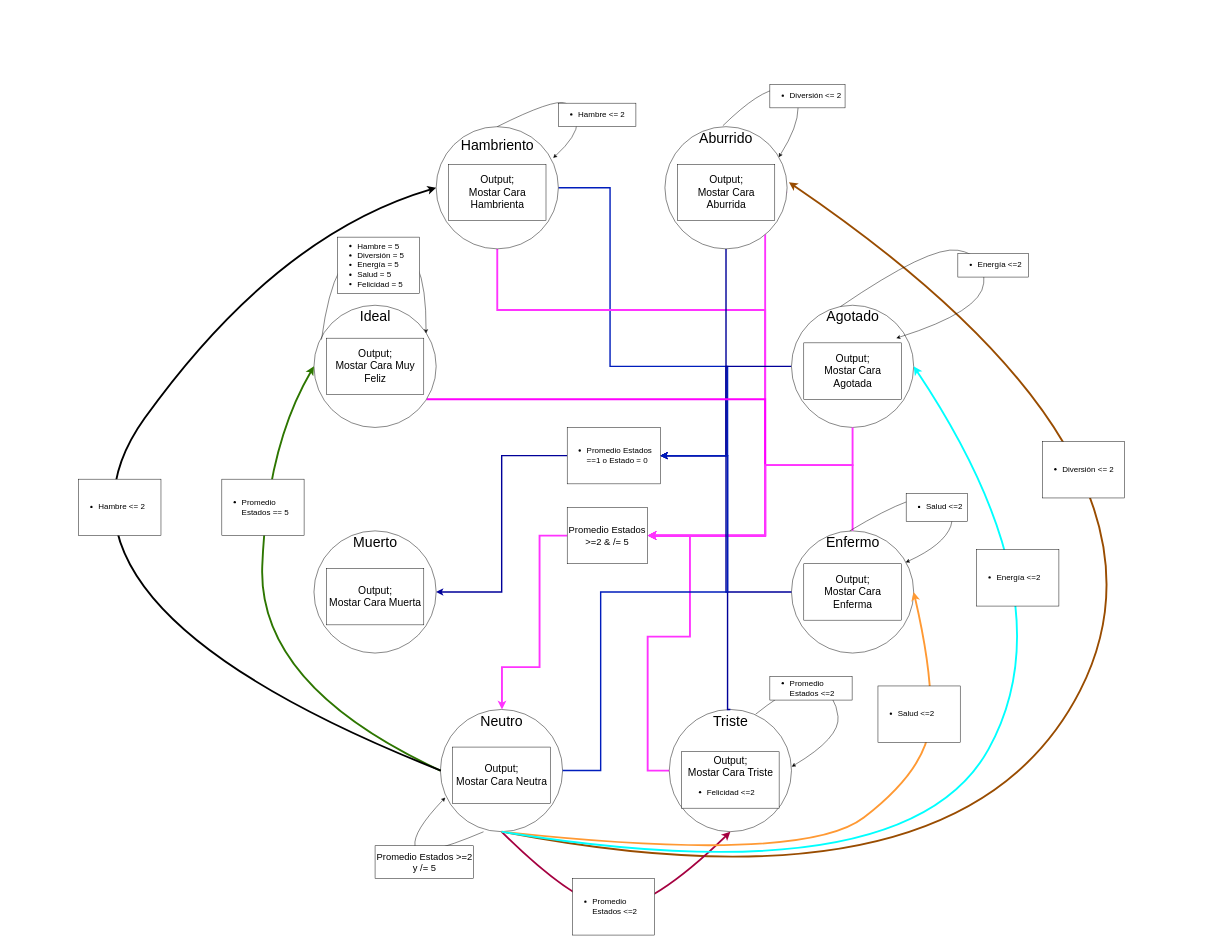
This is page "Diagrama de Estados" (5 of 7) of figs/Diagramas.drawio from unal-edigital1-lab/entrega-1-proyecto-grupo01-2024-1, a draw.io file, before an edit. Source tidied: cells renumbered, new cells numbered last; positions are measured from the earlier drawing's top-left corner, leaving out a move shared by most shapes. Both pictures are drawn from the tidied source at 47%, with x=0, y=0 at pixel (13, 84).
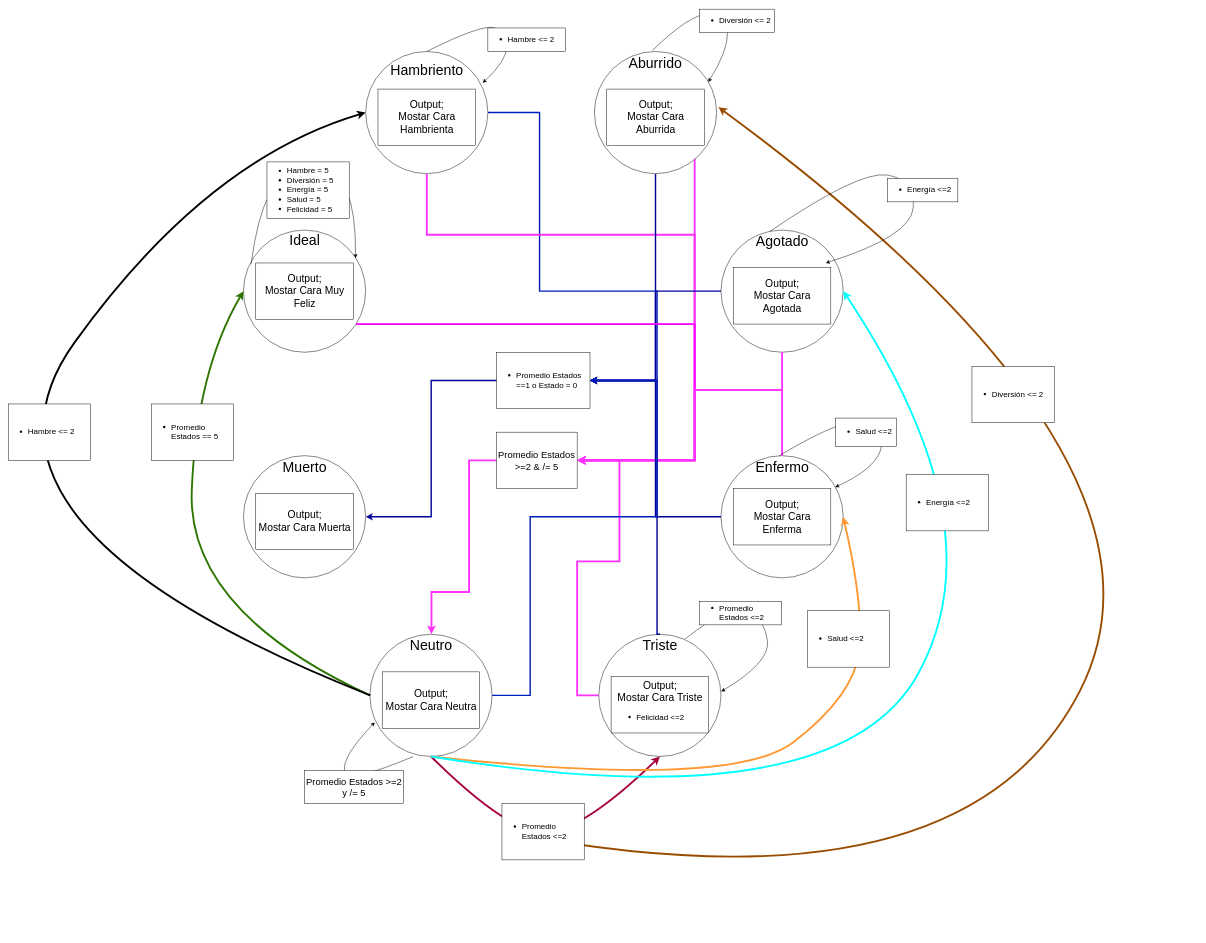
The same page after the edit.

Unchanged cells that the change refers to:
```xml
<mxCell id="2" style="group;" parent="1" vertex="1">
  <mxGeometry x="640.5" y="90" width="1880" height="1690" as="geometry" />
</mxCell>
```

The edit, as a diff of the source:
```diff
@@
     <mxCell id="4" style="group;" parent="2" vertex="1">
-      <mxGeometry width="1390" height="1520" as="geometry" />
+      <mxGeometry x="-150" y="-160" width="1390" height="1520" as="geometry" />
     </mxCell>
@@
-    <mxCell id="48" style="group;" parent="1" vertex="1">
-      <mxGeometry x="140" width="2225.5" height="1810" as="geometry" />
+    <mxCell id="48" style="group;" parent="2" vertex="1">
+      <mxGeometry x="-650.5" y="-250" width="2225.5" height="1810" as="geometry" />
     </mxCell>
```
